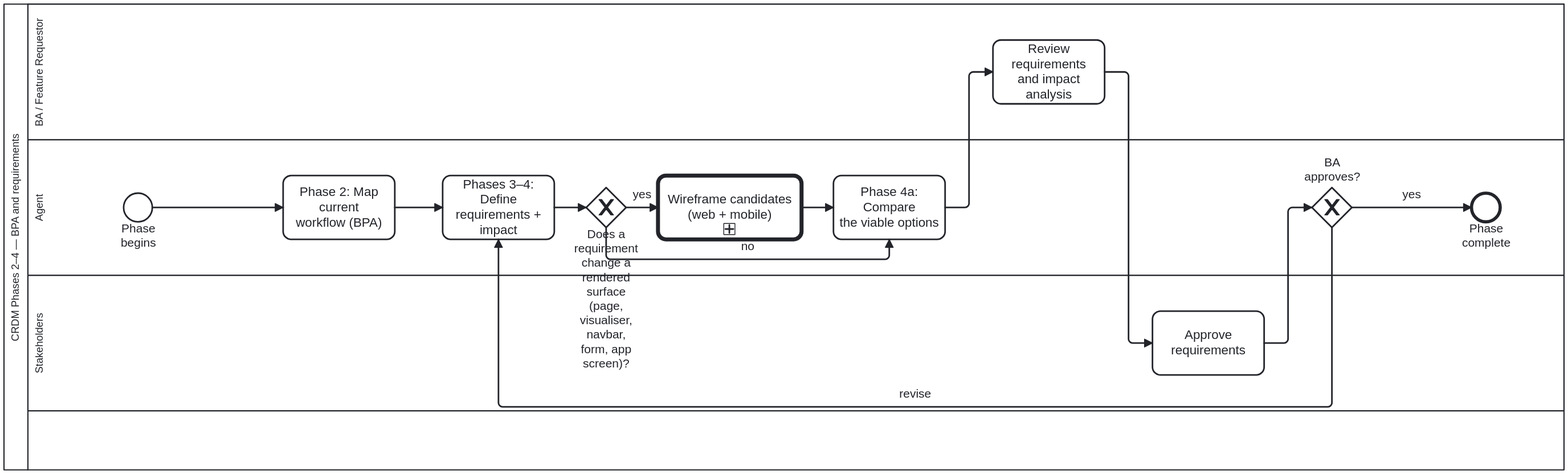
Before: docs/assets/img/workflows/crdm-requirements-definition.svg, a diagram exported from BPMN (litlfred/cat-harness). Its source is kept beside it as processes/process/crdm-requirements-definition.bpmn. Ids are renumbered. The source it was exported from:
```xml
<bpmn:definitions xmlns:bpmn="http://www.omg.org/spec/BPMN/20100524/MODEL"
                  xmlns:bpmndi="http://www.omg.org/spec/BPMN/20100524/DI"
                  xmlns:dc="http://www.omg.org/spec/DD/20100524/DC"
                  xmlns:di="http://www.omg.org/spec/DD/20100524/DI"
                  xmlns:bootstrap.processes="https://litlfred.github.io/bootstrap/v0/processes/ns#"
                   xmlns:cat-harness.processes="https://litlfred.github.io/cat-harness/v0/processes/ns#"
                  id="Definitions_Process_CRDM_Requirements" targetNamespace="https://litlfred.github.io/folio-assistant/workflows"
                  exporter="folio-assistant" exporterVersion="1">
  <bpmn:import namespace="https://litlfred.github.io/bootstrap/v0/processes/ns#" location="https://litlfred.github.io/bootstrap/v0/processes/ns.jsonld" importType="http://www.w3.org/ns/json-ld"/>
  <bpmn:resource id="authoring-agent" name="Authoring agent"/>
  <bpmn:resource id="business-analyst" name="Business analyst"/>
  <bpmn:resource id="stakeholder" name="Stakeholder"/>
  <bpmn:collaboration id="Collaboration_Process_CRDM_Requirements">
    <bpmn:participant id="Participant_Process_CRDM_Requirements" name="CRDM Phases 2–4 — BPA and requirements" processRef="Process_CRDM_Requirements"/>
  </bpmn:collaboration>
  <bpmn:process id="Process_CRDM_Requirements" name="CRDM Phases 2–4 — BPA and requirements" isExecutable="false">
    <bpmn:documentation>Map the current workflow, then define the requirements and the impact they carry, and loop until approved. Same shape as Phase 1 and for the same reason: an unapproved requirement is a proposal.</bpmn:documentation>
    <bpmn:extensionElements>
      <cat-harness.processes:policy enforcement="strict"/>
    </bpmn:extensionElements>
    <bpmn:laneSet id="LaneSet_Process_CRDM_Requirements">
      <bpmn:lane id="Lane_BA" name="BA / Feature Requestor" partitionElementRef="business-analyst">
        <bpmn:documentation>The one checkpoint between the agent's comparison and the stakeholders' sign-off: BA_ReviewReqs is where someone who can read the impact analysis on its own technical terms vouches for it, because Lane_Stakeholders reviews only at defined checkpoints and needs the requirement already in a form they can approve without re-deriving it.</bpmn:documentation>
        <bpmn:flowNodeRef>BA_ReviewReqs</bpmn:flowNodeRef>
      </bpmn:lane>
      <bpmn:lane id="Lane_Agent" name="Agent" partitionElementRef="authoring-agent">
        <bpmn:documentation>Owns Phases 2 through 4a end to end, but the revise loop (GW_Reqs' 'revise' branch) re-enters at A_DefineReqs rather than back at A_MapWorkflow — so mapping the current workflow is this lane's one-time fact-finding, done once per phase run, while defining requirements and comparing options is what gets redone against BA feedback until Lane_Stakeholders approves. When a requirement changes a rendered surface, this lane also designs it before anything is built: GW_RenderedSurface sends it to Call_Wireframe, where the agent is the Designer of Process_WireframeDesignReview and posts its candidates for the BA to choose from. The call sits here rather than in Lane_BA because drawing and checking the candidates is the agent's work; the BA's part is the choice, made at BA_ReviewReqs.</bpmn:documentation>
        <bpmn:flowNodeRef>Start_Process_CRDM_Requirements</bpmn:flowNodeRef>
        <bpmn:flowNodeRef>A_MapWorkflow</bpmn:flowNodeRef>
        <bpmn:flowNodeRef>A_DefineReqs</bpmn:flowNodeRef>
        <bpmn:flowNodeRef>GW_RenderedSurface</bpmn:flowNodeRef>
        <bpmn:flowNodeRef>Call_Wireframe</bpmn:flowNodeRef>
        <bpmn:flowNodeRef>A_CompareOptions</bpmn:flowNodeRef>
        <bpmn:flowNodeRef>GW_Reqs</bpmn:flowNodeRef>
        <bpmn:flowNodeRef>End_Process_CRDM_Requirements</bpmn:flowNodeRef>
      </bpmn:lane>
      <bpmn:lane id="Lane_Stakeholders" name="Stakeholders" partitionElementRef="stakeholder">
        <bpmn:documentation>The verdict GW_Reqs reads to decide between ending the phase and sending A_DefineReqs around again — a narrower approval than crdm-close.bpmn's final feature sign-off, since what is being approved here is the REQUIREMENT model itself, not that the delivered feature satisfies it.</bpmn:documentation>
        <bpmn:flowNodeRef>S_ApproveReqs</bpmn:flowNodeRef>
      </bpmn:lane>
    </bpmn:laneSet>
    <bpmn:startEvent id="Start_Process_CRDM_Requirements" name="Phase begins"/>
    <bpmn:task id="A_MapWorkflow" name="Phase 2: Map current
workflow (BPA)">
      <bpmn:documentation>Business-process analysis here means reading the
existing diagrams under processes/ and drawing the gap, so the skill
that implements this step is the BPMN one.</bpmn:documentation>
      <bpmn:extensionElements><bootstrap.processes:skill ref="bpmn-authoring"/></bpmn:extensionElements>
    </bpmn:task>
    <bpmn:task id="A_DefineReqs" name="Phases 3–4: Define
requirements + impact">
      <bpmn:documentation>Two skills, because this step is two things: the
requirements come from the CRDM process, the impact half is a question about
the entities and relations the change touches, which is what data modelling
answers. It named `content-graph` until placement PR3 (bean `63wl`): that is a
folio-content skill, and this diagram is the harness's own.</bpmn:documentation>
      <bpmn:extensionElements>
        <bootstrap.processes:skill ref="crdm-requirements-workflow"/>
        <bootstrap.processes:skill ref="data-modelling"/>
      </bpmn:extensionElements>
    </bpmn:task>
    <bpmn:exclusiveGateway id="GW_RenderedSurface" name="Does a requirement change a rendered surface (page, visualiser, navbar, form, app screen)?">
      <bpmn:documentation>Answered from the requirements A_DefineReqs just wrote: does any of them change what a person sees — a page, a visualiser, the navbar, a form, an app screen? `yes` designs that surface before anything is built; `no` goes straight to comparing options. Asked again on every revise loop, because a revised requirement can add or remove a rendered surface.</bpmn:documentation>
    </bpmn:exclusiveGateway>
    <bpmn:callActivity id="Call_Wireframe" name="Wireframe candidates&#10;(web + mobile)" calledElement="Process_WireframeDesignReview">
      <bpmn:documentation>Design use of wireframe-design-review, before implementation: a written design intent, at least two mid-fidelity candidates each with a web and a mobile layout, the mechanical checks, and a blind review. The candidates are committed as assets of the request's proposal, under docs/proposals/&lt;slug&gt;/wireframes/ beside docs/proposals/&lt;slug&gt;.md, on the feature branch so feature-staging publishes them, and shown where the requester will look, chosen from context — the conversation, the issue the request came from, the pull request, or several of these — each place carrying the same staging deep links and screenshots (staging-review, the deep-link rule, point 5: where it goes is a judgement). The requester or BA is the human reviewer and chooses one at BA_ReviewReqs. The owner asked for this on 2026-09-23 (methodologies/wiregen.md): a wireframe is part of the design process for adjudication.

The candidates ARE the options A_CompareOptions lays out, so this merges into it rather than producing a second comparison.</bpmn:documentation>
      <bpmn:extensionElements><bootstrap.processes:skill ref="wireframe-design-review"/></bpmn:extensionElements>
    </bpmn:callActivity>
    <bpmn:task id="A_CompareOptions" name="Phase 4a: Compare
the viable options">
      <bpmn:documentation>Phase 4 often ends with a CHOICE rather than a plan,
and this is the step that hands it over. Per option: what it does, its pro, its
con, what it changes DOWNSTREAM, and how reversible it is — laid out where the
rows can be read against each other, then one recommendation and a stated
default.

A step of its own rather than a line inside A_DefineReqs, because it has a
different output and a different reader: the impact analysis is for the record,
the comparison is the thing the BA answers from. Folding it in is how it gets
skipped — the analysis feels finished, so the options go over as a list of
names.

When Call_Wireframe ran, its wireframe candidates are among the options: one row per candidate, with a link to its web and mobile screenshots.

Skipped legitimately when the analysis yields ONE viable approach. Do not
manufacture alternatives to fill a table.</bpmn:documentation>
      <bpmn:extensionElements><bootstrap.processes:skill ref="decision-comparison"/></bpmn:extensionElements>
    </bpmn:task>
    <bpmn:task id="BA_ReviewReqs" name="Review requirements
and impact analysis">
      <bpmn:documentation>The BA reviews the formal requirements and the
impact analysis the agent produced. When a requirement changes a rendered
surface, the BA (or the requester) also reviews the wireframe candidates, web
and mobile, shown wherever the requester will look (the conversation, the
issue, the pull request, or several) with staging deep links and screenshots,
and chooses one before implementation starts. The agent records
the choice; it never makes it.</bpmn:documentation>
      <bpmn:extensionElements><bootstrap.processes:skill ref="crdm-requirements-workflow"/></bpmn:extensionElements>
    </bpmn:task>
    <bpmn:task id="S_ApproveReqs" name="Approve
requirements">
      <bpmn:documentation>Stakeholders approve the requirements and impact analysis on the issue, or send them back for revision. Only their approval moves the work to sign-off; an agent never records an approval on a person's behalf.</bpmn:documentation>
    </bpmn:task>
    <bpmn:exclusiveGateway id="GW_Reqs" name="BA approves?">
      <bpmn:documentation>The BA's answer to the requirements and impact. `revise` goes back to defining them; `yes` completes the phase.</bpmn:documentation>
    </bpmn:exclusiveGateway>
    <bpmn:endEvent id="End_Process_CRDM_Requirements" name="Phase complete"/>
    <bpmn:sequenceFlow id="SF_Process_CRDM_Requirements_1" sourceRef="Start_Process_CRDM_Requirements" targetRef="A_MapWorkflow"/>
    <bpmn:sequenceFlow id="SF_Process_CRDM_Requirements_2" sourceRef="A_MapWorkflow" targetRef="A_DefineReqs"/>
    <bpmn:sequenceFlow id="SF_Process_CRDM_Requirements_3" sourceRef="A_DefineReqs" targetRef="GW_RenderedSurface"/>
    <bpmn:sequenceFlow id="SF_Process_CRDM_Requirements_3w" name="yes" sourceRef="GW_RenderedSurface" targetRef="Call_Wireframe"/>
    <bpmn:sequenceFlow id="SF_Process_CRDM_Requirements_3x" sourceRef="Call_Wireframe" targetRef="A_CompareOptions"/>
    <bpmn:sequenceFlow id="SF_Process_CRDM_Requirements_3n" name="no" sourceRef="GW_RenderedSurface" targetRef="A_CompareOptions"/>
    <bpmn:sequenceFlow id="SF_Process_CRDM_Requirements_3b" sourceRef="A_CompareOptions" targetRef="BA_ReviewReqs"/>
    <bpmn:sequenceFlow id="SF_Process_CRDM_Requirements_4" sourceRef="BA_ReviewReqs" targetRef="S_ApproveReqs"/>
    <bpmn:sequenceFlow id="SF_Process_CRDM_Requirements_5" sourceRef="S_ApproveReqs" targetRef="GW_Reqs"/>
    <bpmn:sequenceFlow id="SF_Process_CRDM_Requirements_6" name="revise" sourceRef="GW_Reqs" targetRef="A_DefineReqs"/>
    <bpmn:sequenceFlow id="SF_Process_CRDM_Requirements_7" name="yes" sourceRef="GW_Reqs" targetRef="End_Process_CRDM_Requirements"/>
  </bpmn:process>
  <bpmndi:BPMNDiagram id="Diagram_Process_CRDM_Requirements">
    <bpmndi:BPMNPlane id="Plane_Process_CRDM_Requirements" bpmnElement="Collaboration_Process_CRDM_Requirements">
      <bpmndi:BPMNShape id="Shape_Participant_Process_CRDM_Requirements" bpmnElement="Participant_Process_CRDM_Requirements" isHorizontal="true">
        <dc:Bounds x="160" y="80" width="1956" height="584" />
      </bpmndi:BPMNShape>
      <bpmndi:BPMNShape id="Shape_Lane_BA_Process_CRDM_Requirements" bpmnElement="Lane_BA" isHorizontal="true">
        <dc:Bounds x="190" y="80" width="1926" height="170" />
      </bpmndi:BPMNShape>
      <bpmndi:BPMNShape id="Shape_Lane_Agent_Process_CRDM_Requirements" bpmnElement="Lane_Agent" isHorizontal="true">
        <dc:Bounds x="190" y="250" width="1926" height="170" />
      </bpmndi:BPMNShape>
      <bpmndi:BPMNShape id="Shape_Lane_Stakeholders_Process_CRDM_Requirements" bpmnElement="Lane_Stakeholders" isHorizontal="true">
        <dc:Bounds x="190" y="420" width="1926" height="170" />
      </bpmndi:BPMNShape>
      <bpmndi:BPMNShape id="Shape_Start_Process_CRDM_Requirements" bpmnElement="Start_Process_CRDM_Requirements">
        <dc:Bounds x="310" y="317" width="36" height="36" />
      </bpmndi:BPMNShape>
      <bpmndi:BPMNShape id="Shape_A_MapWorkflow" bpmnElement="A_MapWorkflow">
        <dc:Bounds x="510" y="295" width="140" height="80" />
      </bpmndi:BPMNShape>
      <bpmndi:BPMNShape id="Shape_A_DefineReqs" bpmnElement="A_DefineReqs">
        <dc:Bounds x="710" y="295" width="140" height="80" />
      </bpmndi:BPMNShape>
      <bpmndi:BPMNShape id="Shape_GW_RenderedSurface" bpmnElement="GW_RenderedSurface" isMarkerVisible="true">
        <dc:Bounds x="890" y="310" width="50" height="50" />
      </bpmndi:BPMNShape>
      <bpmndi:BPMNShape id="Shape_Call_Wireframe" bpmnElement="Call_Wireframe">
        <dc:Bounds x="980" y="295" width="180" height="80" />
      </bpmndi:BPMNShape>
      <bpmndi:BPMNShape id="Shape_A_CompareOptions" bpmnElement="A_CompareOptions">
        <dc:Bounds x="1200" y="295" width="140" height="80" />
      </bpmndi:BPMNShape>
      <bpmndi:BPMNShape id="Shape_BA_ReviewReqs" bpmnElement="BA_ReviewReqs">
        <dc:Bounds x="1400" y="125" width="140" height="80" />
      </bpmndi:BPMNShape>
      <bpmndi:BPMNShape id="Shape_S_ApproveReqs" bpmnElement="S_ApproveReqs">
        <dc:Bounds x="1600" y="465" width="140" height="80" />
      </bpmndi:BPMNShape>
      <bpmndi:BPMNShape id="Shape_GW_Reqs" bpmnElement="GW_Reqs" isMarkerVisible="true">
        <dc:Bounds x="1800" y="310" width="50" height="50" />

      <bpmndi:BPMNLabel><dc:Bounds x="1780" y="270" width="90" height="36" /></bpmndi:BPMNLabel></bpmndi:BPMNShape>
      <bpmndi:BPMNShape id="Shape_End_Process_CRDM_Requirements" bpmnElement="End_Process_CRDM_Requirements">
        <dc:Bounds x="2000" y="317" width="36" height="36" />
      </bpmndi:BPMNShape>
      <bpmndi:BPMNEdge id="Edge_SF_Process_CRDM_Requirements_1" bpmnElement="SF_Process_CRDM_Requirements_1">
        <di:waypoint x="346" y="335" />
        <di:waypoint x="510" y="335" />
      </bpmndi:BPMNEdge>
      <bpmndi:BPMNEdge id="Edge_SF_Process_CRDM_Requirements_2" bpmnElement="SF_Process_CRDM_Requirements_2">
        <di:waypoint x="650" y="335" />
        <di:waypoint x="710" y="335" />
      </bpmndi:BPMNEdge>
      <bpmndi:BPMNEdge id="Edge_SF_Process_CRDM_Requirements_3" bpmnElement="SF_Process_CRDM_Requirements_3">
        <di:waypoint x="850" y="335" />
        <di:waypoint x="890" y="335" />
      </bpmndi:BPMNEdge>
      <bpmndi:BPMNEdge id="Edge_SF_Process_CRDM_Requirements_3w" bpmnElement="SF_Process_CRDM_Requirements_3w">
        <di:waypoint x="940" y="335" />
        <di:waypoint x="980" y="335" />
      </bpmndi:BPMNEdge>
      <bpmndi:BPMNEdge id="Edge_SF_Process_CRDM_Requirements_3x" bpmnElement="SF_Process_CRDM_Requirements_3x">
        <di:waypoint x="1160" y="335" />
        <di:waypoint x="1200" y="335" />
      </bpmndi:BPMNEdge>
      <bpmndi:BPMNEdge id="Edge_SF_Process_CRDM_Requirements_3n" bpmnElement="SF_Process_CRDM_Requirements_3n">
        <di:waypoint x="915" y="360" />
        <di:waypoint x="915" y="400" />
        <di:waypoint x="1270" y="400" />
        <di:waypoint x="1270" y="375" />
      </bpmndi:BPMNEdge>
      <bpmndi:BPMNEdge id="Edge_SF_Process_CRDM_Requirements_3b" bpmnElement="SF_Process_CRDM_Requirements_3b">
        <di:waypoint x="1340" y="335" />
        <di:waypoint x="1370" y="335" />
        <di:waypoint x="1370" y="165" />
        <di:waypoint x="1400" y="165" />
      </bpmndi:BPMNEdge>
      <bpmndi:BPMNEdge id="Edge_SF_Process_CRDM_Requirements_4" bpmnElement="SF_Process_CRDM_Requirements_4">
        <di:waypoint x="1540" y="165" />
        <di:waypoint x="1570" y="165" />
        <di:waypoint x="1570" y="505" />
        <di:waypoint x="1600" y="505" />
      </bpmndi:BPMNEdge>
      <bpmndi:BPMNEdge id="Edge_SF_Process_CRDM_Requirements_5" bpmnElement="SF_Process_CRDM_Requirements_5">
        <di:waypoint x="1740" y="505" />
        <di:waypoint x="1770" y="505" />
        <di:waypoint x="1770" y="335" />
        <di:waypoint x="1800" y="335" />
      </bpmndi:BPMNEdge>
      <bpmndi:BPMNEdge id="Edge_SF_Process_CRDM_Requirements_6" bpmnElement="SF_Process_CRDM_Requirements_6">
        <di:waypoint x="1825" y="360" />
        <di:waypoint x="1825" y="585" />
        <di:waypoint x="780" y="585" />
        <di:waypoint x="780" y="375" />
      </bpmndi:BPMNEdge>
      <bpmndi:BPMNEdge id="Edge_SF_Process_CRDM_Requirements_7" bpmnElement="SF_Process_CRDM_Requirements_7">
        <di:waypoint x="1850" y="335" />
        <di:waypoint x="2000" y="335" />
      </bpmndi:BPMNEdge>
    </bpmndi:BPMNPlane>
  </bpmndi:BPMNDiagram>
</bpmn:definitions>
```
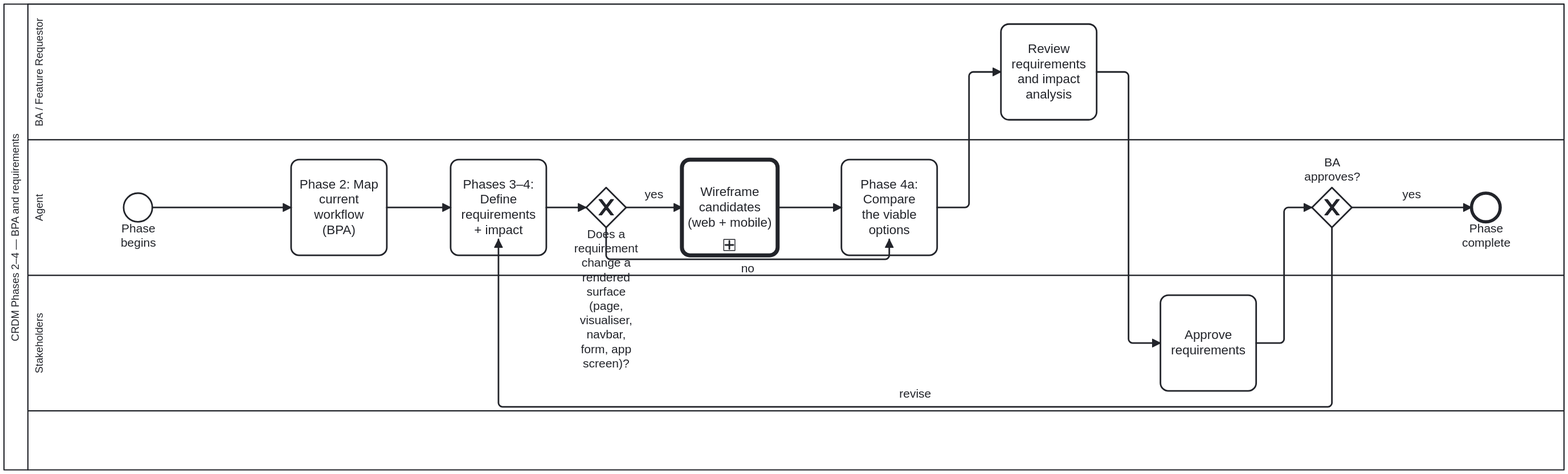
Later version of the same file.

What changed in the source:
```diff
@@ -137,25 +137,25 @@
         <dc:Bounds x="310" y="317" width="36" height="36" />
       </bpmndi:BPMNShape>
       <bpmndi:BPMNShape id="Shape_A_MapWorkflow" bpmnElement="A_MapWorkflow">
-        <dc:Bounds x="510" y="295" width="140" height="80" />
+        <dc:Bounds x="520" y="275" width="120" height="120" />
       </bpmndi:BPMNShape>
       <bpmndi:BPMNShape id="Shape_A_DefineReqs" bpmnElement="A_DefineReqs">
-        <dc:Bounds x="710" y="295" width="140" height="80" />
+        <dc:Bounds x="720" y="275" width="120" height="120" />
       </bpmndi:BPMNShape>
       <bpmndi:BPMNShape id="Shape_GW_RenderedSurface" bpmnElement="GW_RenderedSurface" isMarkerVisible="true">
         <dc:Bounds x="890" y="310" width="50" height="50" />
       </bpmndi:BPMNShape>
       <bpmndi:BPMNShape id="Shape_Call_Wireframe" bpmnElement="Call_Wireframe">
-        <dc:Bounds x="980" y="295" width="180" height="80" />
+        <dc:Bounds x="1010" y="275" width="120" height="120" />
       </bpmndi:BPMNShape>
       <bpmndi:BPMNShape id="Shape_A_CompareOptions" bpmnElement="A_CompareOptions">
-        <dc:Bounds x="1200" y="295" width="140" height="80" />
+        <dc:Bounds x="1210" y="275" width="120" height="120" />
       </bpmndi:BPMNShape>
       <bpmndi:BPMNShape id="Shape_BA_ReviewReqs" bpmnElement="BA_ReviewReqs">
-        <dc:Bounds x="1400" y="125" width="140" height="80" />
+        <dc:Bounds x="1410" y="105" width="120" height="120" />
       </bpmndi:BPMNShape>
       <bpmndi:BPMNShape id="Shape_S_ApproveReqs" bpmnElement="S_ApproveReqs">
-        <dc:Bounds x="1600" y="465" width="140" height="80" />
+        <dc:Bounds x="1610" y="445" width="120" height="120" />
       </bpmndi:BPMNShape>
       <bpmndi:BPMNShape id="Shape_GW_Reqs" bpmnElement="GW_Reqs" isMarkerVisible="true">
         <dc:Bounds x="1800" y="310" width="50" height="50" />
@@ -166,46 +166,47 @@
       </bpmndi:BPMNShape>
       <bpmndi:BPMNEdge id="Edge_SF_Process_CRDM_Requirements_1" bpmnElement="SF_Process_CRDM_Requirements_1">
         <di:waypoint x="346" y="335" />
-        <di:waypoint x="510" y="335" />
+        <di:waypoint x="520" y="335" />
       </bpmndi:BPMNEdge>
       <bpmndi:BPMNEdge id="Edge_SF_Process_CRDM_Requirements_2" bpmnElement="SF_Process_CRDM_Requirements_2">
-        <di:waypoint x="650" y="335" />
-        <di:waypoint x="710" y="335" />
+        <di:waypoint x="640" y="335" />
+        <di:waypoint x="720" y="335" />
       </bpmndi:BPMNEdge>
       <bpmndi:BPMNEdge id="Edge_SF_Process_CRDM_Requirements_3" bpmnElement="SF_Process_CRDM_Requirements_3">
-        <di:waypoint x="850" y="335" />
+        <di:waypoint x="840" y="335" />
         <di:waypoint x="890" y="335" />
       </bpmndi:BPMNEdge>
       <bpmndi:BPMNEdge id="Edge_SF_Process_CRDM_Requirements_3w" bpmnElement="SF_Process_CRDM_Requirements_3w">
         <di:waypoint x="940" y="335" />
-        <di:waypoint x="980" y="335" />
+        <di:waypoint x="1010" y="335" />
       </bpmndi:BPMNEdge>
       <bpmndi:BPMNEdge id="Edge_SF_Process_CRDM_Requirements_3x" bpmnElement="SF_Process_CRDM_Requirements_3x">
-        <di:waypoint x="1160" y="335" />
-        <di:waypoint x="1200" y="335" />
+        <di:waypoint x="1130" y="335" />
+        <di:waypoint x="1210" y="335" />
       </bpmndi:BPMNEdge>
       <bpmndi:BPMNEdge id="Edge_SF_Process_CRDM_Requirements_3n" bpmnElement="SF_Process_CRDM_Requirements_3n">
         <di:waypoint x="915" y="360" />
         <di:waypoint x="915" y="400" />
         <di:waypoint x="1270" y="400" />
         <di:waypoint x="1270" y="375" />
+        <bpmndi:BPMNLabel><dc:Bounds x="1047.5" y="403" width="90" height="17" /></bpmndi:BPMNLabel>
       </bpmndi:BPMNEdge>
       <bpmndi:BPMNEdge id="Edge_SF_Process_CRDM_Requirements_3b" bpmnElement="SF_Process_CRDM_Requirements_3b">
-        <di:waypoint x="1340" y="335" />
+        <di:waypoint x="1330" y="335" />
         <di:waypoint x="1370" y="335" />
         <di:waypoint x="1370" y="165" />
-        <di:waypoint x="1400" y="165" />
+        <di:waypoint x="1410" y="165" />
       </bpmndi:BPMNEdge>
       <bpmndi:BPMNEdge id="Edge_SF_Process_CRDM_Requirements_4" bpmnElement="SF_Process_CRDM_Requirements_4">
-        <di:waypoint x="1540" y="165" />
+        <di:waypoint x="1530" y="165" />
         <di:waypoint x="1570" y="165" />
         <di:waypoint x="1570" y="505" />
-        <di:waypoint x="1600" y="505" />
+        <di:waypoint x="1610" y="505" />
       </bpmndi:BPMNEdge>
       <bpmndi:BPMNEdge id="Edge_SF_Process_CRDM_Requirements_5" bpmnElement="SF_Process_CRDM_Requirements_5">
-        <di:waypoint x="1740" y="505" />
-        <di:waypoint x="1770" y="505" />
-        <di:waypoint x="1770" y="335" />
+        <di:waypoint x="1730" y="505" />
+        <di:waypoint x="1765" y="505" />
+        <di:waypoint x="1765" y="335" />
         <di:waypoint x="1800" y="335" />
       </bpmndi:BPMNEdge>
       <bpmndi:BPMNEdge id="Edge_SF_Process_CRDM_Requirements_6" bpmnElement="SF_Process_CRDM_Requirements_6">
```
